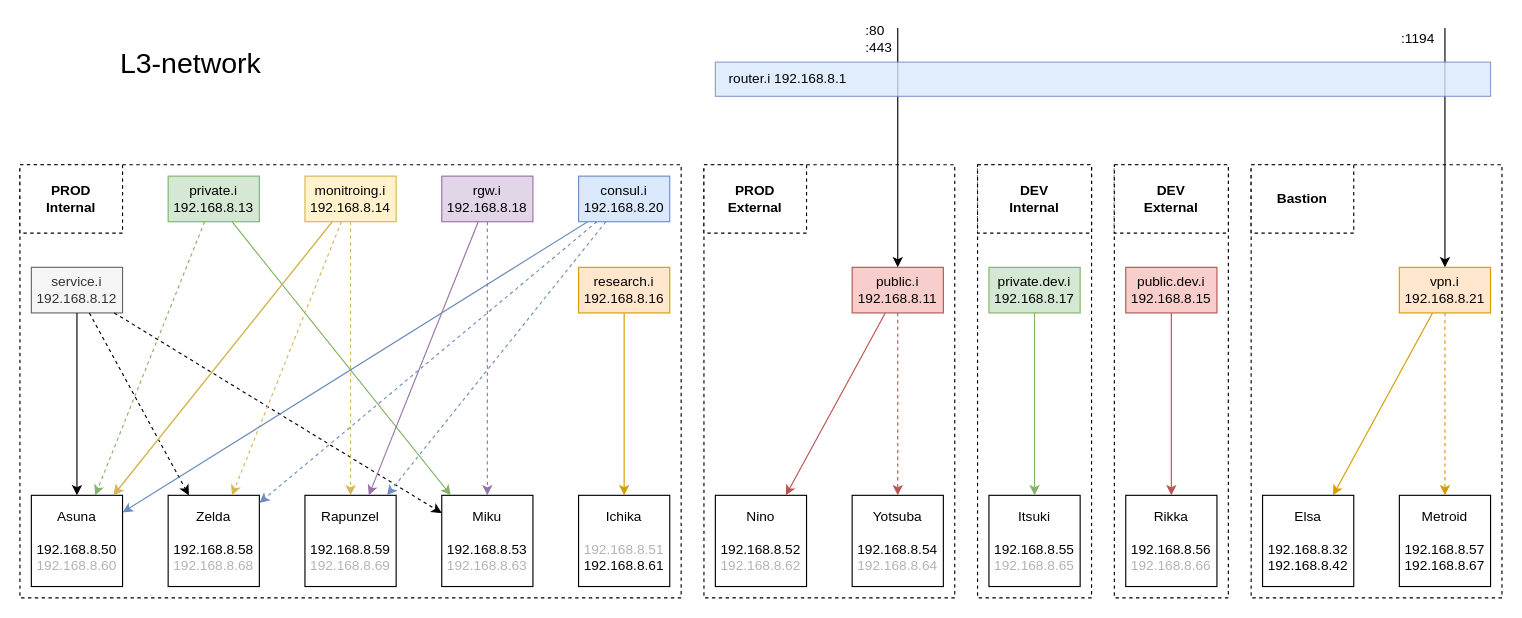
Earlier version of the draw.io diagram page "L3-Net" (3 of 7) of docs/schemes/Argobay-main.drawio (SnipGhost/argobay-ansible). Source tidied: cells renumbered, new cells numbered last; positions are measured from the earlier drawing's top-left corner, leaving out a move shared by most shapes. Both pictures are drawn from the tidied source at 114%, with x=0, y=0 at pixel (19, 27).
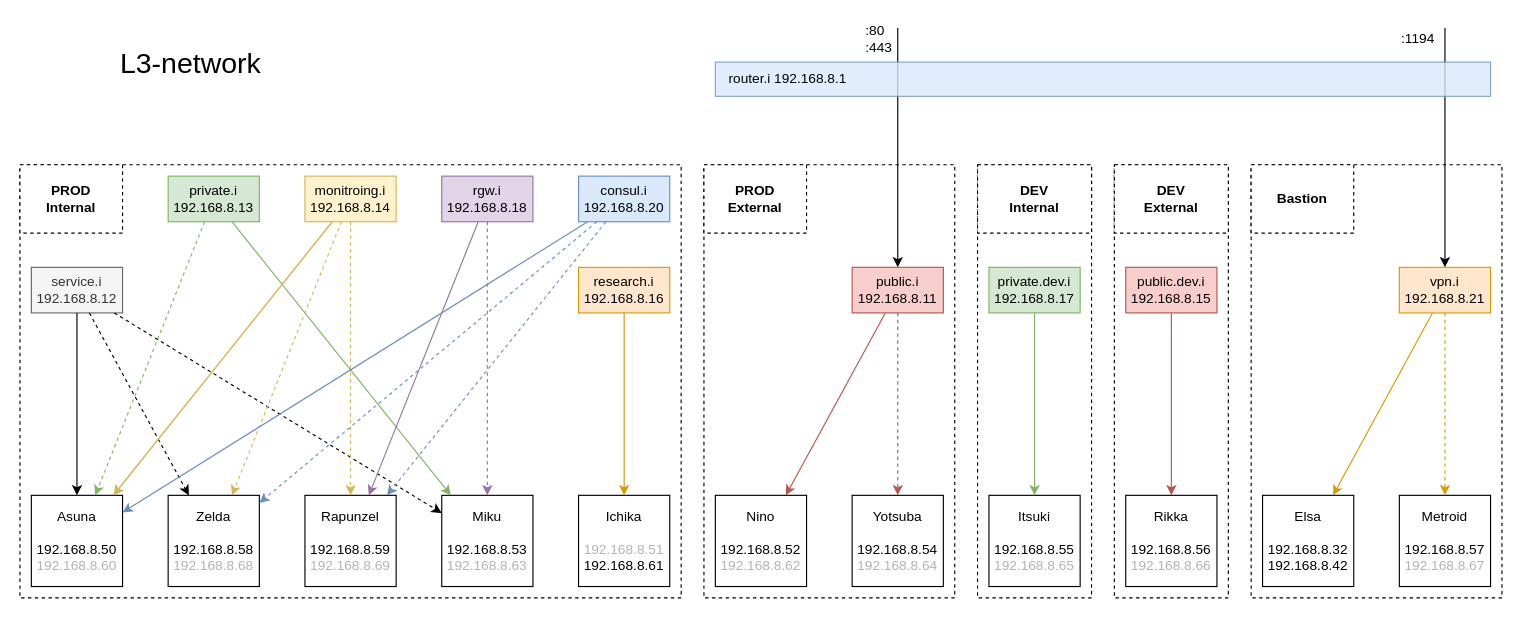
The same diagram, later.

The edit, as a diff of the source:
```diff
@@
-    <mxCell id="16" value="&lt;div&gt;Metroid&lt;/div&gt;&lt;div&gt;&lt;br&gt;&lt;/div&gt;&lt;div&gt;192.168.8.57&lt;/div&gt;&lt;div&gt;192.168.8.67&lt;/div&gt;" style="rounded=0;whiteSpace=wrap;html=1;" parent="1" vertex="1">
+    <mxCell id="16" value="&lt;div&gt;Metroid&lt;/div&gt;&lt;div&gt;&lt;br&gt;&lt;/div&gt;&lt;div&gt;192.168.8.57&lt;/div&gt;&lt;div&gt;&lt;font color=&quot;#b3b3b3&quot;&gt;192.168.8.67&lt;/font&gt;&lt;/div&gt;" style="rounded=0;whiteSpace=wrap;html=1;" parent="1" vertex="1">
       <mxGeometry x="1210" y="410" width="80" height="80" as="geometry" />
     </mxCell>
```
